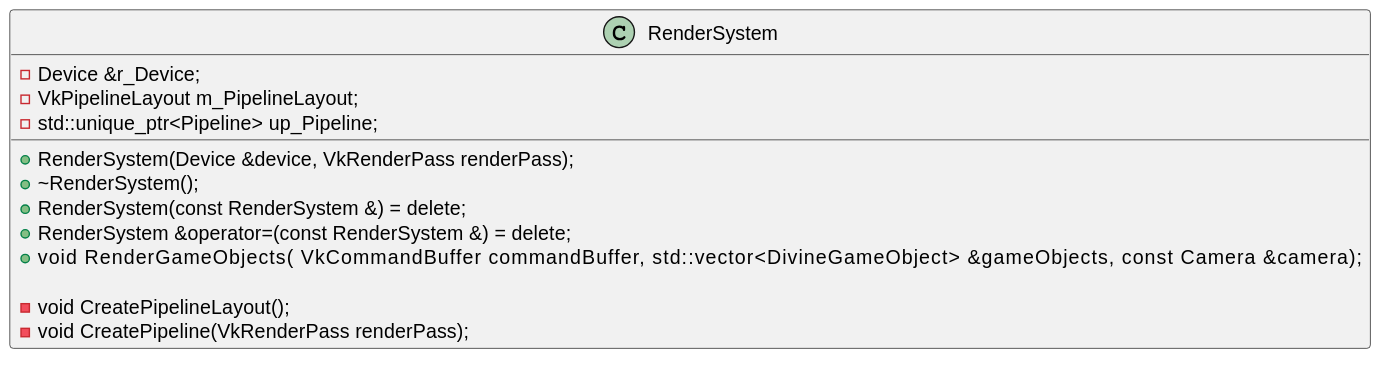
Earlier version of the PlantUML export res/render_system.svg (BravoMando/BasicVulkanWarperUML). Its diagram source:
```plantuml
@startuml
class RenderSystem
{
    + RenderSystem(Device &device, VkRenderPass renderPass);
    + \~RenderSystem();
    + RenderSystem(const RenderSystem &) = delete;
    + RenderSystem &operator=(const RenderSystem &) = delete;
    + void RenderGameObjects(        VkCommandBuffer commandBuffer,        std::vector<DivineGameObject> &gameObjects,        const Camera &camera);

    - void CreatePipelineLayout();
    - void CreatePipeline(VkRenderPass renderPass);

    - Device &r_Device;
    - VkPipelineLayout m_PipelineLayout;
    - std::unique_ptr<Pipeline> up_Pipeline;
}
@enduml
```
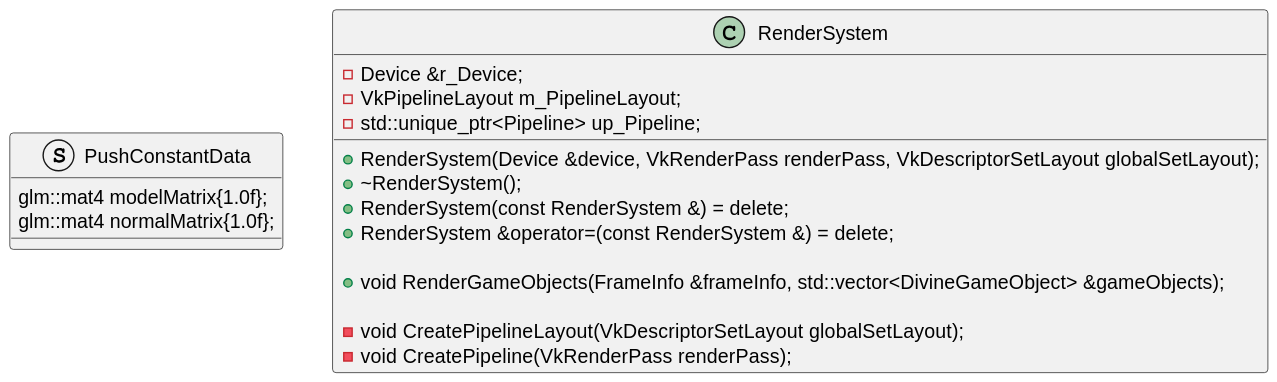
After the commit.

What changed in the source:
```diff
@@ -1,13 +1,20 @@
 @startuml
+struct PushConstantData
+{
+    glm::mat4 modelMatrix{1.0f};
+    glm::mat4 normalMatrix{1.0f};
+}
+
 class RenderSystem
 {
-    + RenderSystem(Device &device, VkRenderPass renderPass);
+    + RenderSystem(Device &device, VkRenderPass renderPass, VkDescriptorSetLayout globalSetLayout);
     + \~RenderSystem();
     + RenderSystem(const RenderSystem &) = delete;
     + RenderSystem &operator=(const RenderSystem &) = delete;
-    + void RenderGameObjects(        VkCommandBuffer commandBuffer,        std::vector<DivineGameObject> &gameObjects,        const Camera &camera);
 
-    - void CreatePipelineLayout();
+    + void RenderGameObjects(FrameInfo &frameInfo, std::vector<DivineGameObject> &gameObjects);
+
+    - void CreatePipelineLayout(VkDescriptorSetLayout globalSetLayout);
     - void CreatePipeline(VkRenderPass renderPass);
 
     - Device &r_Device;
```
